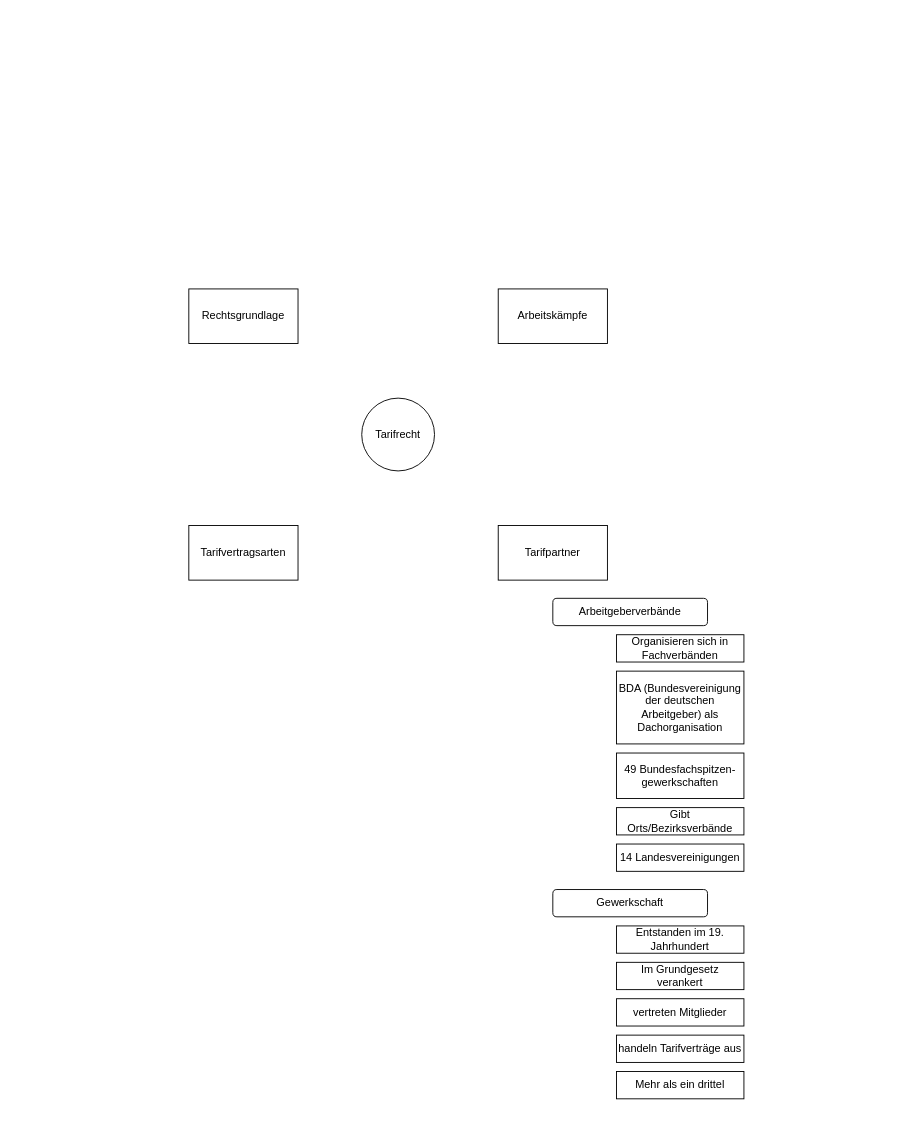
natinaum/notes keeps this draw.io diagram as Tarifrecht.drawio. Above is the earlier version. Source tidied: cells renumbered, new cells numbered last; positions are measured from the earlier drawing's top-left corner, leaving out a move shared by most shapes. Both pictures are drawn from the tidied source at 91%, with x=0, y=0 at pixel (188, 288).
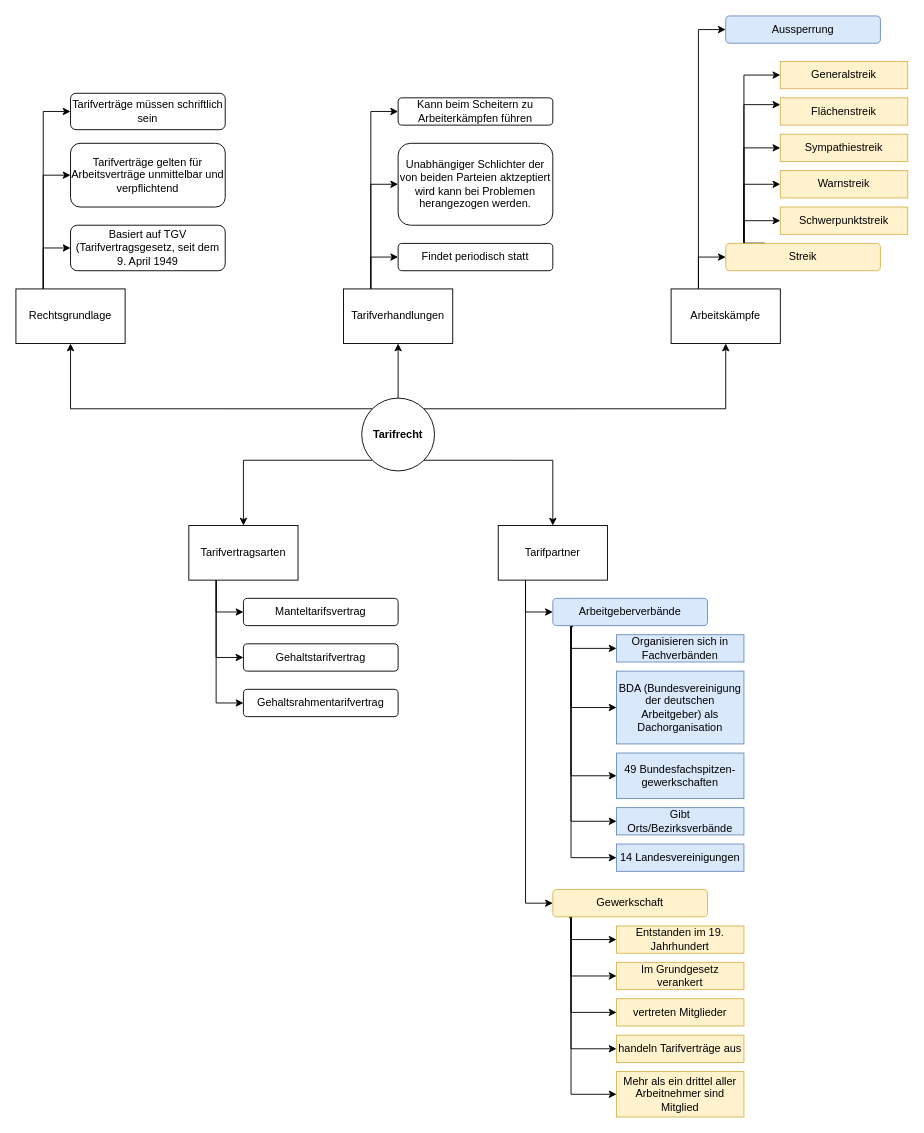
Above is the later version.

The change refers to these unchanged cells:
```xml
<mxCell id="5" value="Tarifpartner" style="rounded=0;whiteSpace=wrap;html=1;" parent="1" vertex="1">
  <mxGeometry x="340" y="260" width="120" height="60" as="geometry" />
</mxCell>
<mxCell id="6" value="&lt;div&gt;Tarifvertragsarten&lt;/div&gt;" style="rounded=0;whiteSpace=wrap;html=1;" parent="1" vertex="1">
  <mxGeometry y="260" width="120" height="60" as="geometry" />
</mxCell>
```

What changed in the source:
```diff
@@
+    <mxCell id="19" style="edgeStyle=orthogonalEdgeStyle;rounded=0;jettySize=auto;html=1;exitX=0.5;exitY=0;exitDx=0;exitDy=0;entryX=0.5;entryY=1;entryDx=0;entryDy=0;" parent="1" edge="1" source="2" target="50">
+      <mxGeometry relative="1" as="geometry" />
+    </mxCell>
+    <mxCell id="20" style="edgeStyle=orthogonalEdgeStyle;rounded=0;jettySize=auto;html=1;exitX=1;exitY=0;exitDx=0;exitDy=0;entryX=0.5;entryY=1;entryDx=0;entryDy=0;" parent="1" edge="1" source="2" target="3">
+      <mxGeometry relative="1" as="geometry" />
+    </mxCell>
+    <mxCell id="21" style="edgeStyle=orthogonalEdgeStyle;rounded=0;jettySize=auto;html=1;exitX=1;exitY=1;exitDx=0;exitDy=0;entryX=0.5;entryY=0;entryDx=0;entryDy=0;" parent="1" edge="1" source="2" target="5">
+      <mxGeometry relative="1" as="geometry" />
+    </mxCell>
+    <mxCell id="22" style="edgeStyle=orthogonalEdgeStyle;rounded=0;jettySize=auto;html=1;exitX=0;exitY=1;exitDx=0;exitDy=0;" parent="1" edge="1" source="2" target="6">
+      <mxGeometry relative="1" as="geometry" />
+    </mxCell>
+    <mxCell id="23" style="edgeStyle=orthogonalEdgeStyle;rounded=0;jettySize=auto;html=1;exitX=0;exitY=0;exitDx=0;exitDy=0;entryX=0.5;entryY=1;entryDx=0;entryDy=0;" parent="1" edge="1" source="2" target="4">
+      <mxGeometry relative="1" as="geometry" />
+    </mxCell>
-    <mxCell id="2" value="&lt;div&gt;Tarifrecht&lt;/div&gt;" style="ellipse;whiteSpace=wrap;html=1;" parent="1" vertex="1">
+    <mxCell id="2" value="&lt;div&gt;&lt;b&gt;Tarifrecht&lt;/b&gt;&lt;/div&gt;" style="ellipse;whiteSpace=wrap;html=1;" parent="1" vertex="1">
       <mxGeometry x="190" y="120" width="80" height="80" as="geometry" />
     </mxCell>
+    <mxCell id="24" style="edgeStyle=orthogonalEdgeStyle;rounded=0;jettySize=auto;html=1;exitX=0.25;exitY=0;exitDx=0;exitDy=0;entryX=0;entryY=0.5;entryDx=0;entryDy=0;" parent="1" edge="1" source="3" target="60">
+      <mxGeometry relative="1" as="geometry" />
+    </mxCell>
+    <mxCell id="25" style="edgeStyle=orthogonalEdgeStyle;rounded=0;jettySize=auto;html=1;exitX=0.25;exitY=0;exitDx=0;exitDy=0;entryX=0;entryY=0.5;entryDx=0;entryDy=0;" parent="1" edge="1" source="3" target="59">
+      <mxGeometry relative="1" as="geometry" />
+    </mxCell>
     <mxCell id="3" value="Arbeitskämpfe" style="rounded=0;whiteSpace=wrap;html=1;" parent="1" vertex="1">
-      <mxGeometry x="340" width="120" height="60" as="geometry" />
+      <mxGeometry x="530" width="120" height="60" as="geometry" />
     </mxCell>
+    <mxCell id="26" style="edgeStyle=orthogonalEdgeStyle;rounded=0;jettySize=auto;html=1;exitX=0.25;exitY=0;exitDx=0;exitDy=0;entryX=0;entryY=0.5;entryDx=0;entryDy=0;" parent="1" edge="1" source="4" target="68">
+      <mxGeometry relative="1" as="geometry">
+        <Array as="points">
+          <mxPoint x="-160" y="-195" />
+        </Array>
+      </mxGeometry>
+    </mxCell>
+    <mxCell id="27" style="edgeStyle=orthogonalEdgeStyle;rounded=0;jettySize=auto;html=1;exitX=0.25;exitY=0;exitDx=0;exitDy=0;entryX=0;entryY=0.5;entryDx=0;entryDy=0;" parent="1" edge="1" source="4" target="67">
+      <mxGeometry relative="1" as="geometry" />
+    </mxCell>
+    <mxCell id="28" style="edgeStyle=orthogonalEdgeStyle;rounded=0;jettySize=auto;html=1;exitX=0.25;exitY=0;exitDx=0;exitDy=0;entryX=0;entryY=0.5;entryDx=0;entryDy=0;" parent="1" edge="1" source="4" target="66">
+      <mxGeometry relative="1" as="geometry" />
+    </mxCell>
     <mxCell id="4" value="&lt;div&gt;Rechtsgrundlage&lt;/div&gt;" style="rounded=0;whiteSpace=wrap;html=1;" parent="1" vertex="1">
-      <mxGeometry width="120" height="60" as="geometry" />
+      <mxGeometry x="-190" width="120" height="60" as="geometry" />
     </mxCell>
+    <mxCell id="29" style="edgeStyle=orthogonalEdgeStyle;rounded=0;jettySize=auto;html=1;exitX=0.25;exitY=1;exitDx=0;exitDy=0;entryX=0;entryY=0.5;entryDx=0;entryDy=0;" parent="1" edge="1" source="5" target="7">
+      <mxGeometry relative="1" as="geometry" />
+    </mxCell>
+    <mxCell id="30" style="edgeStyle=orthogonalEdgeStyle;rounded=0;jettySize=auto;html=1;exitX=0.25;exitY=1;exitDx=0;exitDy=0;entryX=0;entryY=0.5;entryDx=0;entryDy=0;" parent="1" edge="1" source="5" target="8">
+      <mxGeometry relative="1" as="geometry" />
+    </mxCell>
@@
+    <mxCell id="31" style="edgeStyle=orthogonalEdgeStyle;rounded=0;jettySize=auto;html=1;exitX=0.25;exitY=1;exitDx=0;exitDy=0;entryX=0;entryY=0.5;entryDx=0;entryDy=0;" parent="1" edge="1" source="6" target="44">
+      <mxGeometry relative="1" as="geometry" />
+    </mxCell>
+    <mxCell id="32" style="edgeStyle=orthogonalEdgeStyle;rounded=0;jettySize=auto;html=1;exitX=0.25;exitY=1;exitDx=0;exitDy=0;entryX=0;entryY=0.5;entryDx=0;entryDy=0;" parent="1" edge="1" source="6" target="45">
+      <mxGeometry relative="1" as="geometry" />
+    </mxCell>
+    <mxCell id="33" style="edgeStyle=orthogonalEdgeStyle;rounded=0;jettySize=auto;html=1;exitX=0.25;exitY=1;exitDx=0;exitDy=0;entryX=0;entryY=0.5;entryDx=0;entryDy=0;" parent="1" edge="1" source="6" target="46">
+      <mxGeometry relative="1" as="geometry" />
+    </mxCell>
@@
+    <mxCell id="34" style="edgeStyle=orthogonalEdgeStyle;rounded=0;jettySize=auto;html=1;exitX=0.106;exitY=1;exitDx=0;exitDy=0;entryX=0;entryY=0.5;entryDx=0;entryDy=0;exitPerimeter=0;" parent="1" edge="1" source="7" target="9">
+      <mxGeometry relative="1" as="geometry">
+        <Array as="points">
+          <mxPoint x="420" y="370" />
+          <mxPoint x="420" y="395" />
+        </Array>
+      </mxGeometry>
+    </mxCell>
+    <mxCell id="35" style="edgeStyle=orthogonalEdgeStyle;rounded=0;jettySize=auto;html=1;entryX=0;entryY=0.5;entryDx=0;entryDy=0;" parent="1" edge="1" target="10">
+      <mxGeometry relative="1" as="geometry">
+        <mxPoint x="420" y="380" as="sourcePoint" />
+        <Array as="points">
+          <mxPoint x="420" y="370" />
+          <mxPoint x="420" y="460" />
+        </Array>
+      </mxGeometry>
+    </mxCell>
+    <mxCell id="36" style="edgeStyle=orthogonalEdgeStyle;rounded=0;jettySize=auto;html=1;exitX=0.135;exitY=1;exitDx=0;exitDy=0;entryX=0;entryY=0.5;entryDx=0;entryDy=0;exitPerimeter=0;" parent="1" edge="1" source="7" target="11">
+      <mxGeometry relative="1" as="geometry">
+        <Array as="points">
+          <mxPoint x="420" y="370" />
+          <mxPoint x="420" y="535" />
+        </Array>
+      </mxGeometry>
+    </mxCell>
+    <mxCell id="37" style="edgeStyle=orthogonalEdgeStyle;rounded=0;jettySize=auto;html=1;exitX=0.124;exitY=1.067;exitDx=0;exitDy=0;entryX=0;entryY=0.5;entryDx=0;entryDy=0;exitPerimeter=0;" parent="1" edge="1" source="7" target="12">
+      <mxGeometry relative="1" as="geometry">
+        <Array as="points">
+          <mxPoint x="421" y="370" />
+          <mxPoint x="420" y="370" />
+          <mxPoint x="420" y="585" />
+        </Array>
+      </mxGeometry>
+    </mxCell>
+    <mxCell id="38" style="edgeStyle=orthogonalEdgeStyle;rounded=0;jettySize=auto;html=1;exitX=0.129;exitY=1.033;exitDx=0;exitDy=0;entryX=0;entryY=0.5;entryDx=0;entryDy=0;exitPerimeter=0;" parent="1" edge="1" source="7" target="13">
+      <mxGeometry relative="1" as="geometry">
+        <Array as="points">
+          <mxPoint x="420" y="370" />
+          <mxPoint x="420" y="625" />
+        </Array>
+      </mxGeometry>
+    </mxCell>
-    <mxCell id="7" value="&lt;div&gt;Arbeitgeberverbände&lt;/div&gt;" style="rounded=1;whiteSpace=wrap;html=1;" parent="1" vertex="1">
+    <mxCell id="7" value="&lt;div&gt;Arbeitgeberverbände&lt;/div&gt;" style="rounded=1;whiteSpace=wrap;html=1;fillColor=#dae8fc;strokeColor=#6c8ebf;" parent="1" vertex="1">
       <mxGeometry x="400" y="340" width="170" height="30" as="geometry" />
     </mxCell>
+    <mxCell id="39" style="edgeStyle=orthogonalEdgeStyle;rounded=0;jettySize=auto;html=1;exitX=0.124;exitY=1;exitDx=0;exitDy=0;entryX=0;entryY=0.5;entryDx=0;entryDy=0;exitPerimeter=0;" parent="1" edge="1" source="8" target="14">
+      <mxGeometry relative="1" as="geometry">
+        <Array as="points">
+          <mxPoint x="420" y="690" />
+          <mxPoint x="420" y="715" />
+        </Array>
+      </mxGeometry>
+    </mxCell>
+    <mxCell id="40" style="edgeStyle=orthogonalEdgeStyle;rounded=0;jettySize=auto;html=1;exitX=0;exitY=0.75;exitDx=0;exitDy=0;entryX=0;entryY=0.5;entryDx=0;entryDy=0;" parent="1" edge="1" source="8" target="15">
+      <mxGeometry relative="1" as="geometry">
+        <Array as="points">
+          <mxPoint x="420" y="683" />
+          <mxPoint x="420" y="755" />
+        </Array>
+      </mxGeometry>
+    </mxCell>
+    <mxCell id="41" style="edgeStyle=orthogonalEdgeStyle;rounded=0;jettySize=auto;html=1;exitX=0.106;exitY=0.967;exitDx=0;exitDy=0;entryX=0;entryY=0.5;entryDx=0;entryDy=0;exitPerimeter=0;" parent="1" edge="1" source="8" target="16">
+      <mxGeometry relative="1" as="geometry">
+        <Array as="points">
+          <mxPoint x="420" y="690" />
+          <mxPoint x="420" y="795" />
+        </Array>
+      </mxGeometry>
+    </mxCell>
+    <mxCell id="42" style="edgeStyle=orthogonalEdgeStyle;rounded=0;jettySize=auto;html=1;exitX=0.106;exitY=1.033;exitDx=0;exitDy=0;entryX=0;entryY=0.5;entryDx=0;entryDy=0;exitPerimeter=0;" parent="1" edge="1" source="8" target="17">
+      <mxGeometry relative="1" as="geometry">
+        <Array as="points">
+          <mxPoint x="420" y="690" />
+          <mxPoint x="420" y="835" />
+        </Array>
+      </mxGeometry>
+    </mxCell>
+    <mxCell id="43" style="edgeStyle=orthogonalEdgeStyle;rounded=0;jettySize=auto;html=1;exitX=0.106;exitY=1.033;exitDx=0;exitDy=0;entryX=0;entryY=0.5;entryDx=0;entryDy=0;exitPerimeter=0;" parent="1" edge="1" source="8" target="18">
+      <mxGeometry relative="1" as="geometry">
+        <Array as="points">
+          <mxPoint x="420" y="690" />
+          <mxPoint x="420" y="885" />
+        </Array>
+      </mxGeometry>
+    </mxCell>
-    <mxCell id="8" value="&lt;div&gt;Gewerkschaft&lt;/div&gt;" style="rounded=1;whiteSpace=wrap;html=1;" parent="1" vertex="1">
+    <mxCell id="8" value="&lt;div&gt;Gewerkschaft&lt;/div&gt;" style="rounded=1;whiteSpace=wrap;html=1;fillColor=#fff2cc;strokeColor=#d6b656;" parent="1" vertex="1">
       <mxGeometry x="400" y="660" width="170" height="30" as="geometry" />
     </mxCell>
-    <mxCell id="9" value="Organisieren sich in Fachverbänden" style="rounded=0;whiteSpace=wrap;html=1;" parent="1" vertex="1">
+    <mxCell id="9" value="Organisieren sich in Fachverbänden" style="rounded=0;whiteSpace=wrap;html=1;fillColor=#dae8fc;strokeColor=#6c8ebf;" parent="1" vertex="1">
       <mxGeometry x="470" y="380" width="140" height="30" as="geometry" />
     </mxCell>
-    <mxCell id="10" value="BDA (Bundesvereinigung der deutschen Arbeitgeber) als Dachorganisation" style="rounded=0;whiteSpace=wrap;html=1;" parent="1" vertex="1">
+    <mxCell id="10" value="BDA (Bundesvereinigung der deutschen Arbeitgeber) als Dachorganisation" style="rounded=0;whiteSpace=wrap;html=1;fillColor=#dae8fc;strokeColor=#6c8ebf;" parent="1" vertex="1">
       <mxGeometry x="470" y="420" width="140" height="80" as="geometry" />
     </mxCell>
-    <mxCell id="11" value="49 Bundesfachspitzen-gewerkschaften" style="rounded=0;whiteSpace=wrap;html=1;" parent="1" vertex="1">
+    <mxCell id="11" value="49 Bundesfachspitzen-gewerkschaften" style="rounded=0;whiteSpace=wrap;html=1;fillColor=#dae8fc;strokeColor=#6c8ebf;" parent="1" vertex="1">
       <mxGeometry x="470" y="510" width="140" height="50" as="geometry" />
     </mxCell>
-    <mxCell id="12" value="&lt;div&gt;Gibt Orts/Bezirksverbände&lt;/div&gt;" style="rounded=0;whiteSpace=wrap;html=1;" parent="1" vertex="1">
+    <mxCell id="12" value="&lt;div&gt;Gibt Orts/Bezirksverbände&lt;/div&gt;" style="rounded=0;whiteSpace=wrap;html=1;fillColor=#dae8fc;strokeColor=#6c8ebf;" parent="1" vertex="1">
       <mxGeometry x="470" y="570" width="140" height="30" as="geometry" />
     </mxCell>
-    <mxCell id="13" value="&lt;div&gt;14 Landesvereinigungen&lt;br&gt;&lt;/div&gt;" style="rounded=0;whiteSpace=wrap;html=1;" parent="1" vertex="1">
+    <mxCell id="13" value="&lt;div&gt;14 Landesvereinigungen&lt;br&gt;&lt;/div&gt;" style="rounded=0;whiteSpace=wrap;html=1;fillColor=#dae8fc;strokeColor=#6c8ebf;" parent="1" vertex="1">
       <mxGeometry x="470" y="610" width="140" height="30" as="geometry" />
     </mxCell>
-    <mxCell id="14" value="Entstanden im 19. Jahrhundert" style="rounded=0;whiteSpace=wrap;html=1;" parent="1" vertex="1">
+    <mxCell id="14" value="Entstanden im 19. Jahrhundert" style="rounded=0;whiteSpace=wrap;html=1;fillColor=#fff2cc;strokeColor=#d6b656;" parent="1" vertex="1">
       <mxGeometry x="470" y="700" width="140" height="30" as="geometry" />
     </mxCell>
-    <mxCell id="15" value="Im Grundgesetz verankert" style="rounded=0;whiteSpace=wrap;html=1;" parent="1" vertex="1">
+    <mxCell id="15" value="Im Grundgesetz verankert" style="rounded=0;whiteSpace=wrap;html=1;fillColor=#fff2cc;strokeColor=#d6b656;" parent="1" vertex="1">
       <mxGeometry x="470" y="740" width="140" height="30" as="geometry" />
     </mxCell>
-    <mxCell id="16" value="vertreten Mitglieder" style="rounded=0;whiteSpace=wrap;html=1;" parent="1" vertex="1">
+    <mxCell id="16" value="vertreten Mitglieder" style="rounded=0;whiteSpace=wrap;html=1;fillColor=#fff2cc;strokeColor=#d6b656;" parent="1" vertex="1">
       <mxGeometry x="470" y="780" width="140" height="30" as="geometry" />
     </mxCell>
-    <mxCell id="17" value="handeln Tarifverträge aus" style="rounded=0;whiteSpace=wrap;html=1;" parent="1" vertex="1">
+    <mxCell id="17" value="handeln Tarifverträge aus" style="rounded=0;whiteSpace=wrap;html=1;fillColor=#fff2cc;strokeColor=#d6b656;" parent="1" vertex="1">
       <mxGeometry x="470" y="820" width="140" height="30" as="geometry" />
     </mxCell>
-    <mxCell id="18" value="Mehr als ein drittel" style="rounded=0;whiteSpace=wrap;html=1;" parent="1" vertex="1">
-      <mxGeometry x="470" y="860" width="140" height="30" as="geometry" />
+    <mxCell id="18" value="&lt;div&gt;Mehr als ein drittel aller Arbeitnehmer sind Mitglied&lt;/div&gt;" style="rounded=0;whiteSpace=wrap;html=1;fillColor=#fff2cc;strokeColor=#d6b656;" parent="1" vertex="1">
+      <mxGeometry x="470" y="860" width="140" height="50" as="geometry" />
     </mxCell>
+    <mxCell id="44" value="&lt;div&gt;Manteltarifsvertrag&lt;/div&gt;" style="rounded=1;whiteSpace=wrap;html=1;" parent="1" vertex="1">
+      <mxGeometry x="60" y="340" width="170" height="30" as="geometry" />
+    </mxCell>
+    <mxCell id="45" value="&lt;div&gt;Gehaltstarifvertrag&lt;/div&gt;" style="rounded=1;whiteSpace=wrap;html=1;" parent="1" vertex="1">
+      <mxGeometry x="60" y="390" width="170" height="30" as="geometry" />
+    </mxCell>
+    <mxCell id="46" value="&lt;div&gt;Gehaltsrahmentarifvertrag&lt;/div&gt;" style="rounded=1;whiteSpace=wrap;html=1;" parent="1" vertex="1">
+      <mxGeometry x="60" y="440" width="170" height="30" as="geometry" />
+    </mxCell>
+    <mxCell id="47" style="edgeStyle=orthogonalEdgeStyle;rounded=0;jettySize=auto;html=1;exitX=0.25;exitY=0;exitDx=0;exitDy=0;entryX=0;entryY=0.5;entryDx=0;entryDy=0;" parent="1" edge="1" source="50" target="53">
+      <mxGeometry relative="1" as="geometry" />
+    </mxCell>
+    <mxCell id="48" style="edgeStyle=orthogonalEdgeStyle;rounded=0;jettySize=auto;html=1;exitX=0.25;exitY=0;exitDx=0;exitDy=0;entryX=0;entryY=0.5;entryDx=0;entryDy=0;" parent="1" edge="1" source="50" target="52">
+      <mxGeometry relative="1" as="geometry" />
+    </mxCell>
+    <mxCell id="49" style="edgeStyle=orthogonalEdgeStyle;rounded=0;jettySize=auto;html=1;exitX=0.25;exitY=0;exitDx=0;exitDy=0;entryX=0;entryY=0.5;entryDx=0;entryDy=0;" parent="1" edge="1" source="50" target="51">
+      <mxGeometry relative="1" as="geometry" />
+    </mxCell>
+    <mxCell id="50" value="&lt;div&gt;Tarifverhandlungen&lt;/div&gt;" style="rounded=0;whiteSpace=wrap;html=1;" parent="1" vertex="1">
+      <mxGeometry x="170" width="120" height="60" as="geometry" />
+    </mxCell>
+    <mxCell id="51" value="Findet periodisch statt" style="rounded=1;whiteSpace=wrap;html=1;" parent="1" vertex="1">
+      <mxGeometry x="230" y="-50" width="170" height="30" as="geometry" />
+    </mxCell>
+    <mxCell id="52" value="Unabhängiger Schlichter der von beiden Parteien aktzeptiert wird kann bei Problemen herangezogen werden." style="rounded=1;whiteSpace=wrap;html=1;" parent="1" vertex="1">
+      <mxGeometry x="230" y="-160" width="170" height="90" as="geometry" />
+    </mxCell>
+    <mxCell id="53" value="Kann beim Scheitern zu Arbeiterkämpfen führen" style="rounded=1;whiteSpace=wrap;html=1;" parent="1" vertex="1">
+      <mxGeometry x="230" y="-210" width="170" height="30" as="geometry" />
+    </mxCell>
+    <mxCell id="54" style="edgeStyle=orthogonalEdgeStyle;rounded=0;jettySize=auto;html=1;exitX=0.25;exitY=0;exitDx=0;exitDy=0;entryX=0;entryY=0.5;entryDx=0;entryDy=0;" parent="1" edge="1" source="59" target="65">
+      <mxGeometry relative="1" as="geometry">
+        <Array as="points">
+          <mxPoint x="610" y="-50" />
+          <mxPoint x="610" y="-235" />
+        </Array>
+      </mxGeometry>
+    </mxCell>
+    <mxCell id="55" style="edgeStyle=orthogonalEdgeStyle;rounded=0;jettySize=auto;html=1;exitX=0.25;exitY=0;exitDx=0;exitDy=0;entryX=0;entryY=0.25;entryDx=0;entryDy=0;" parent="1" edge="1" source="59" target="64">
+      <mxGeometry relative="1" as="geometry">
+        <Array as="points">
+          <mxPoint x="610" y="-50" />
+          <mxPoint x="610" y="-202" />
+        </Array>
+      </mxGeometry>
+    </mxCell>
+    <mxCell id="56" style="edgeStyle=orthogonalEdgeStyle;rounded=0;jettySize=auto;html=1;exitX=0.25;exitY=0;exitDx=0;exitDy=0;entryX=0;entryY=0.5;entryDx=0;entryDy=0;" parent="1" edge="1" source="59" target="63">
+      <mxGeometry relative="1" as="geometry">
+        <Array as="points">
+          <mxPoint x="610" y="-50" />
+          <mxPoint x="610" y="-155" />
+        </Array>
+      </mxGeometry>
+    </mxCell>
+    <mxCell id="57" style="edgeStyle=orthogonalEdgeStyle;rounded=0;jettySize=auto;html=1;exitX=0.25;exitY=0;exitDx=0;exitDy=0;entryX=0;entryY=0.5;entryDx=0;entryDy=0;" parent="1" edge="1" source="59" target="62">
+      <mxGeometry relative="1" as="geometry">
+        <Array as="points">
+          <mxPoint x="610" y="-50" />
+          <mxPoint x="610" y="-115" />
+        </Array>
+      </mxGeometry>
+    </mxCell>
+    <mxCell id="58" style="edgeStyle=orthogonalEdgeStyle;rounded=0;jettySize=auto;html=1;exitX=0.25;exitY=0;exitDx=0;exitDy=0;entryX=0;entryY=0.5;entryDx=0;entryDy=0;" parent="1" edge="1" source="59" target="61">
+      <mxGeometry relative="1" as="geometry">
+        <Array as="points">
+          <mxPoint x="610" y="-50" />
+          <mxPoint x="610" y="-75" />
+        </Array>
+      </mxGeometry>
+    </mxCell>
+    <mxCell id="59" value="Streik" style="rounded=1;whiteSpace=wrap;html=1;fillColor=#fff2cc;strokeColor=#d6b656;" parent="1" vertex="1">
+      <mxGeometry x="590" y="-50" width="170" height="30" as="geometry" />
+    </mxCell>
+    <mxCell id="60" value="&lt;div&gt;Aussperrung&lt;/div&gt;" style="rounded=1;whiteSpace=wrap;html=1;fillColor=#dae8fc;strokeColor=#6c8ebf;" parent="1" vertex="1">
+      <mxGeometry x="590" y="-300" width="170" height="30" as="geometry" />
+    </mxCell>
+    <mxCell id="61" value="&lt;div&gt;Schwerpunktstreik&lt;/div&gt;" style="rounded=0;whiteSpace=wrap;html=1;fillColor=#fff2cc;strokeColor=#d6b656;" parent="1" vertex="1">
+      <mxGeometry x="650" y="-90" width="140" height="30" as="geometry" />
+    </mxCell>
+    <mxCell id="62" value="&lt;div&gt;Warnstreik&lt;/div&gt;" style="rounded=0;whiteSpace=wrap;html=1;fillColor=#fff2cc;strokeColor=#d6b656;" parent="1" vertex="1">
+      <mxGeometry x="650" y="-130" width="140" height="30" as="geometry" />
+    </mxCell>
+    <mxCell id="63" value="Sympathiestreik" style="rounded=0;whiteSpace=wrap;html=1;fillColor=#fff2cc;strokeColor=#d6b656;" parent="1" vertex="1">
+      <mxGeometry x="650" y="-170" width="140" height="30" as="geometry" />
+    </mxCell>
+    <mxCell id="64" value="Flächenstreik" style="rounded=0;whiteSpace=wrap;html=1;fillColor=#fff2cc;strokeColor=#d6b656;" parent="1" vertex="1">
+      <mxGeometry x="650" y="-210" width="140" height="30" as="geometry" />
+    </mxCell>
+    <mxCell id="65" value="Generalstreik" style="rounded=0;whiteSpace=wrap;html=1;fillColor=#fff2cc;strokeColor=#d6b656;" parent="1" vertex="1">
+      <mxGeometry x="650" y="-250" width="140" height="30" as="geometry" />
+    </mxCell>
+    <mxCell id="66" value="&lt;div&gt;Basiert auf TGV (Tarifvertragsgesetz, seit dem 9. April 1949&lt;br&gt;&lt;/div&gt;" style="rounded=1;whiteSpace=wrap;html=1;" parent="1" vertex="1">
+      <mxGeometry x="-130" y="-70" width="170" height="50" as="geometry" />
+    </mxCell>
+    <mxCell id="67" value="&lt;div&gt;Tarifverträge gelten für Arbeitsverträge unmittelbar und verpflichtend&lt;/div&gt;" style="rounded=1;whiteSpace=wrap;html=1;" parent="1" vertex="1">
+      <mxGeometry x="-130" y="-160" width="170" height="70" as="geometry" />
+    </mxCell>
+    <mxCell id="68" value="&lt;div&gt;Tarifverträge müssen schriftlich sein&lt;br&gt;&lt;/div&gt;" style="rounded=1;whiteSpace=wrap;html=1;" parent="1" vertex="1">
+      <mxGeometry x="-130" y="-215" width="170" height="40" as="geometry" />
+    </mxCell>
```
